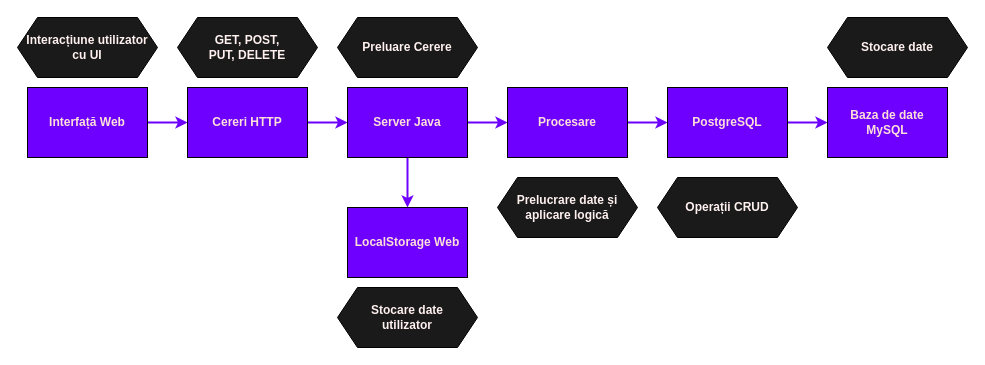
Before: word/diagrame/diagrama-flux-aplicatie.drawio in robertnitu02/proiect-diploma, a draw.io diagram. Source tidied: cells renumbered, new cells numbered last; positions are measured from the earlier drawing's top-left corner, leaving out a move shared by most shapes. Both pictures are drawn from the tidied source at 100%, with x=0, y=0 at pixel (17, 17).
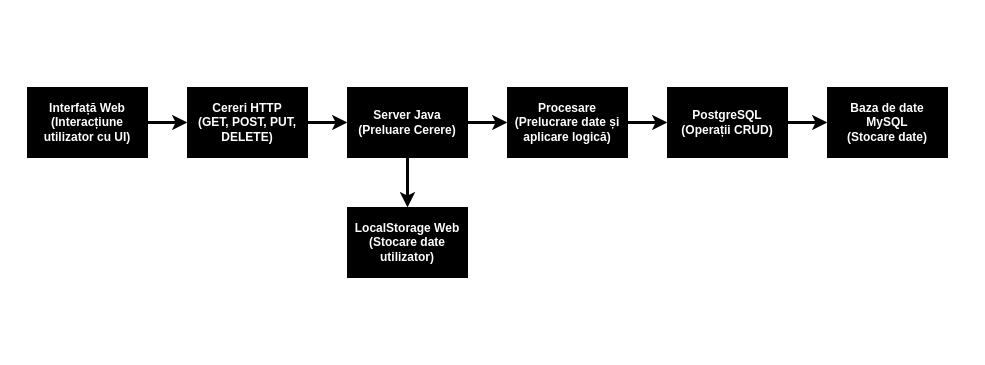
Above is the later version.

Diff of the diagram source:
```diff
@@
-    <mxCell id="2" style="edgeStyle=orthogonalEdgeStyle;rounded=0;jettySize=auto;html=1;entryX=0;entryY=0.5;entryDx=0;entryDy=0;strokeColor=#6E00FF;strokeWidth=2;" parent="1" edge="1" source="3" target="5">
+    <mxCell id="2" style="edgeStyle=orthogonalEdgeStyle;rounded=0;jettySize=auto;html=1;entryX=0;entryY=0.5;entryDx=0;entryDy=0;strokeColor=#000000;strokeWidth=3;" parent="1" edge="1" source="3" target="5">
       <mxGeometry relative="1" as="geometry" />
     </mxCell>
-    <mxCell id="3" value="&lt;b style=&quot;&quot;&gt;&lt;font style=&quot;color: rgb(255, 224, 216);&quot;&gt;Interfață Web&lt;/font&gt;&lt;/b&gt;" style="rounded=0;whiteSpace=wrap;html=1;fillColor=#6E00FF;" parent="1" vertex="1">
+    <mxCell id="3" value="&lt;b style=&quot;&quot;&gt;&lt;font style=&quot;color: rgb(255, 252, 252);&quot;&gt;Interfață Web&lt;/font&gt;&lt;/b&gt;&lt;div&gt;&lt;font style=&quot;color: rgb(255, 252, 252);&quot;&gt;&lt;b style=&quot;&quot;&gt;(Interacțiune utilizator cu UI)&lt;/b&gt;&lt;/font&gt;&lt;/div&gt;" style="rounded=0;whiteSpace=wrap;html=1;fillColor=#000000;" parent="1" vertex="1">
       <mxGeometry x="10" y="70" width="120" height="70" as="geometry" />
     </mxCell>
-    <mxCell id="4" style="edgeStyle=orthogonalEdgeStyle;rounded=0;jettySize=auto;html=1;strokeColor=#6E00FF;strokeWidth=2;" parent="1" edge="1" source="5" target="8">
+    <mxCell id="4" style="edgeStyle=orthogonalEdgeStyle;rounded=0;jettySize=auto;html=1;strokeColor=#000000;strokeWidth=3;" parent="1" edge="1" source="5" target="8">
       <mxGeometry relative="1" as="geometry" />
     </mxCell>
-    <mxCell id="5" value="&lt;b style=&quot;&quot;&gt;&lt;font style=&quot;color: rgb(255, 224, 216);&quot;&gt;Cereri HTTP&lt;/font&gt;&lt;/b&gt;" style="rounded=0;whiteSpace=wrap;html=1;fillColor=#6E00FF;" parent="1" vertex="1">
+    <mxCell id="5" value="&lt;b style=&quot;&quot;&gt;&lt;font style=&quot;color: rgb(255, 255, 255);&quot;&gt;Cereri HTTP&lt;/font&gt;&lt;/b&gt;&lt;div&gt;&lt;b style=&quot;&quot;&gt;&lt;font style=&quot;color: rgb(255, 255, 255);&quot;&gt;(GET, POST, PUT, DELETE)&lt;/font&gt;&lt;/b&gt;&lt;/div&gt;" style="rounded=0;whiteSpace=wrap;html=1;fillColor=#000000;strokeColor=#000000;" parent="1" vertex="1">
       <mxGeometry x="170" y="70" width="120" height="70" as="geometry" />
     </mxCell>
-    <mxCell id="6" style="edgeStyle=orthogonalEdgeStyle;rounded=0;jettySize=auto;html=1;strokeWidth=2;strokeColor=#6E00FF;" parent="1" edge="1" source="8" target="11">
+    <mxCell id="6" style="edgeStyle=orthogonalEdgeStyle;rounded=0;jettySize=auto;html=1;strokeWidth=3;strokeColor=#000000;" parent="1" edge="1" source="8" target="11">
       <mxGeometry relative="1" as="geometry" />
     </mxCell>
-    <mxCell id="7" style="edgeStyle=orthogonalEdgeStyle;rounded=0;jettySize=auto;html=1;strokeWidth=2;strokeColor=#6E00FF;" parent="1" edge="1" source="8" target="9">
+    <mxCell id="7" style="edgeStyle=orthogonalEdgeStyle;rounded=0;jettySize=auto;html=1;strokeWidth=3;strokeColor=#000000;" parent="1" edge="1" source="8" target="9">
       <mxGeometry relative="1" as="geometry" />
     </mxCell>
-    <mxCell id="8" value="&lt;b style=&quot;&quot;&gt;&lt;font style=&quot;color: rgb(255, 224, 216);&quot;&gt;Server Java&lt;/font&gt;&lt;/b&gt;" style="rounded=0;whiteSpace=wrap;html=1;fillColor=#6E00FF;" parent="1" vertex="1">
+    <mxCell id="8" value="&lt;b style=&quot;&quot;&gt;&lt;font style=&quot;color: rgb(255, 255, 255);&quot;&gt;Server Java&lt;/font&gt;&lt;/b&gt;&lt;div&gt;&lt;b style=&quot;&quot;&gt;&lt;font style=&quot;color: rgb(255, 255, 255);&quot;&gt;(Preluare Cerere)&lt;/font&gt;&lt;/b&gt;&lt;/div&gt;" style="rounded=0;whiteSpace=wrap;html=1;fillColor=#000000;" parent="1" vertex="1">
       <mxGeometry x="330" y="70" width="120" height="70" as="geometry" />
     </mxCell>
-    <mxCell id="9" value="&lt;font color=&quot;#ffe0d8&quot;&gt;&lt;b&gt;LocalStorage Web&lt;/b&gt;&lt;/font&gt;" style="rounded=0;whiteSpace=wrap;html=1;fillColor=#6E00FF;" parent="1" vertex="1">
+    <mxCell id="9" value="&lt;font style=&quot;color: rgb(255, 255, 255);&quot;&gt;&lt;b style=&quot;&quot;&gt;LocalStorage Web&lt;/b&gt;&lt;/font&gt;&lt;div&gt;&lt;font style=&quot;color: rgb(255, 255, 255);&quot;&gt;&lt;b style=&quot;&quot;&gt;(Stocare date utilizator)&lt;/b&gt;&lt;/font&gt;&lt;/div&gt;" style="rounded=0;whiteSpace=wrap;html=1;fillColor=#000000;" parent="1" vertex="1">
       <mxGeometry x="330" y="190" width="120" height="70" as="geometry" />
     </mxCell>
-    <mxCell id="10" style="edgeStyle=orthogonalEdgeStyle;rounded=0;jettySize=auto;html=1;strokeWidth=2;strokeColor=#6E00FF;" parent="1" edge="1" source="11" target="13">
+    <mxCell id="10" style="edgeStyle=orthogonalEdgeStyle;rounded=0;jettySize=auto;html=1;strokeWidth=3;strokeColor=#000000;" parent="1" edge="1" source="11" target="13">
       <mxGeometry relative="1" as="geometry" />
     </mxCell>
-    <mxCell id="11" value="&lt;font color=&quot;#ffe0d8&quot;&gt;&lt;b&gt;Procesare&lt;/b&gt;&lt;/font&gt;" style="rounded=0;whiteSpace=wrap;html=1;fillColor=#6E00FF;" parent="1" vertex="1">
+    <mxCell id="11" value="&lt;font style=&quot;color: rgb(255, 255, 255);&quot;&gt;&lt;b style=&quot;&quot;&gt;Procesare&lt;/b&gt;&lt;/font&gt;&lt;div&gt;&lt;font style=&quot;color: rgb(255, 255, 255);&quot;&gt;&lt;b style=&quot;&quot;&gt;(Prelucrare date și aplicare logică)&lt;/b&gt;&lt;/font&gt;&lt;/div&gt;" style="rounded=0;whiteSpace=wrap;html=1;fillColor=#000000;" parent="1" vertex="1">
       <mxGeometry x="490" y="70" width="120" height="70" as="geometry" />
     </mxCell>
-    <mxCell id="12" style="edgeStyle=orthogonalEdgeStyle;rounded=0;jettySize=auto;html=1;strokeWidth=2;strokeColor=#6E00FF;" parent="1" edge="1" source="13" target="14">
+    <mxCell id="12" style="edgeStyle=orthogonalEdgeStyle;rounded=0;jettySize=auto;html=1;strokeWidth=3;strokeColor=#000000;" parent="1" edge="1" source="13" target="14">
       <mxGeometry relative="1" as="geometry" />
     </mxCell>
-    <mxCell id="13" value="&lt;font color=&quot;#ffe0d8&quot;&gt;&lt;b&gt;PostgreSQL&lt;/b&gt;&lt;/font&gt;" style="rounded=0;whiteSpace=wrap;html=1;fillColor=#6E00FF;" parent="1" vertex="1">
+    <mxCell id="13" value="&lt;font style=&quot;color: rgb(255, 255, 255);&quot;&gt;&lt;b style=&quot;&quot;&gt;PostgreSQL&lt;/b&gt;&lt;/font&gt;&lt;div&gt;&lt;font style=&quot;color: rgb(255, 255, 255);&quot;&gt;&lt;b style=&quot;&quot;&gt;(Operații CRUD)&lt;/b&gt;&lt;/font&gt;&lt;/div&gt;" style="rounded=0;whiteSpace=wrap;html=1;fillColor=#000000;" parent="1" vertex="1">
       <mxGeometry x="650" y="70" width="120" height="70" as="geometry" />
     </mxCell>
-    <mxCell id="14" value="&lt;font color=&quot;#ffe0d8&quot;&gt;&lt;b&gt;Baza de date&lt;/b&gt;&lt;/font&gt;&lt;div&gt;&lt;font color=&quot;#ffe0d8&quot;&gt;&lt;b&gt;MySQL&lt;/b&gt;&lt;/font&gt;&lt;/div&gt;" style="rounded=0;whiteSpace=wrap;html=1;fillColor=#6E00FF;" parent="1" vertex="1">
+    <mxCell id="14" value="&lt;font style=&quot;color: rgb(255, 255, 255);&quot;&gt;&lt;b style=&quot;&quot;&gt;Baza de date&lt;/b&gt;&lt;/font&gt;&lt;div&gt;&lt;font style=&quot;color: rgb(255, 255, 255);&quot;&gt;&lt;b style=&quot;&quot;&gt;MySQL&lt;/b&gt;&lt;/font&gt;&lt;/div&gt;&lt;div&gt;&lt;font style=&quot;color: rgb(255, 255, 255);&quot;&gt;&lt;b style=&quot;&quot;&gt;(Stocare date)&lt;/b&gt;&lt;/font&gt;&lt;/div&gt;" style="rounded=0;whiteSpace=wrap;html=1;fillColor=#000000;" parent="1" vertex="1">
       <mxGeometry x="810" y="70" width="120" height="70" as="geometry" />
     </mxCell>
-    <mxCell id="15" value="&lt;font color=&quot;#fff1ef&quot;&gt;&lt;b style=&quot;&quot;&gt;Interacțiune utilizator cu UI&lt;/b&gt;&lt;/font&gt;" style="shape=hexagon;perimeter=hexagonPerimeter2;whiteSpace=wrap;html=1;fixedSize=1;fillColor=#1A1A1A;" parent="1" vertex="1">
-      <mxGeometry width="140" height="60" as="geometry" />
-    </mxCell>
-    <mxCell id="16" value="&lt;font color=&quot;#fff1ef&quot;&gt;&lt;b style=&quot;&quot;&gt;GET, POST,&lt;/b&gt;&lt;/font&gt;&lt;div&gt;&lt;font color=&quot;#fff1ef&quot;&gt;&lt;b style=&quot;&quot;&gt;PUT, DELETE&lt;/b&gt;&lt;/font&gt;&lt;/div&gt;" style="shape=hexagon;perimeter=hexagonPerimeter2;whiteSpace=wrap;html=1;fixedSize=1;fillColor=#1A1A1A;" parent="1" vertex="1">
-      <mxGeometry x="160" width="140" height="60" as="geometry" />
-    </mxCell>
-    <mxCell id="17" value="&lt;font color=&quot;#fff1ef&quot;&gt;&lt;b&gt;Preluare Cerere&lt;/b&gt;&lt;/font&gt;" style="shape=hexagon;perimeter=hexagonPerimeter2;whiteSpace=wrap;html=1;fixedSize=1;fillColor=#1A1A1A;" parent="1" vertex="1">
-      <mxGeometry x="320" width="140" height="60" as="geometry" />
-    </mxCell>
-    <mxCell id="18" value="&lt;font color=&quot;#fff1ef&quot;&gt;&lt;b&gt;Stocare date&lt;/b&gt;&lt;/font&gt;&lt;div&gt;&lt;font color=&quot;#fff1ef&quot;&gt;&lt;b&gt;utilizator&lt;/b&gt;&lt;/font&gt;&lt;/div&gt;" style="shape=hexagon;perimeter=hexagonPerimeter2;whiteSpace=wrap;html=1;fixedSize=1;fillColor=#1A1A1A;" parent="1" vertex="1">
-      <mxGeometry x="320" y="270" width="140" height="60" as="geometry" />
-    </mxCell>
-    <mxCell id="19" value="&lt;font color=&quot;#fff1ef&quot;&gt;&lt;b&gt;Prelucrare date și aplicare logică&lt;/b&gt;&lt;/font&gt;" style="shape=hexagon;perimeter=hexagonPerimeter2;whiteSpace=wrap;html=1;fixedSize=1;fillColor=#1A1A1A;" parent="1" vertex="1">
-      <mxGeometry x="480" y="160" width="140" height="60" as="geometry" />
-    </mxCell>
-    <mxCell id="20" value="&lt;font color=&quot;#fff1ef&quot;&gt;&lt;b&gt;Operații CRUD&lt;/b&gt;&lt;/font&gt;" style="shape=hexagon;perimeter=hexagonPerimeter2;whiteSpace=wrap;html=1;fixedSize=1;fillColor=#1A1A1A;" parent="1" vertex="1">
-      <mxGeometry x="640" y="160" width="140" height="60" as="geometry" />
-    </mxCell>
-    <mxCell id="21" value="&lt;font color=&quot;#fff1ef&quot;&gt;&lt;b&gt;Stocare date&lt;/b&gt;&lt;/font&gt;" style="shape=hexagon;perimeter=hexagonPerimeter2;whiteSpace=wrap;html=1;fixedSize=1;fillColor=#1A1A1A;" parent="1" vertex="1">
-      <mxGeometry x="810" width="140" height="60" as="geometry" />
-    </mxCell>
```
